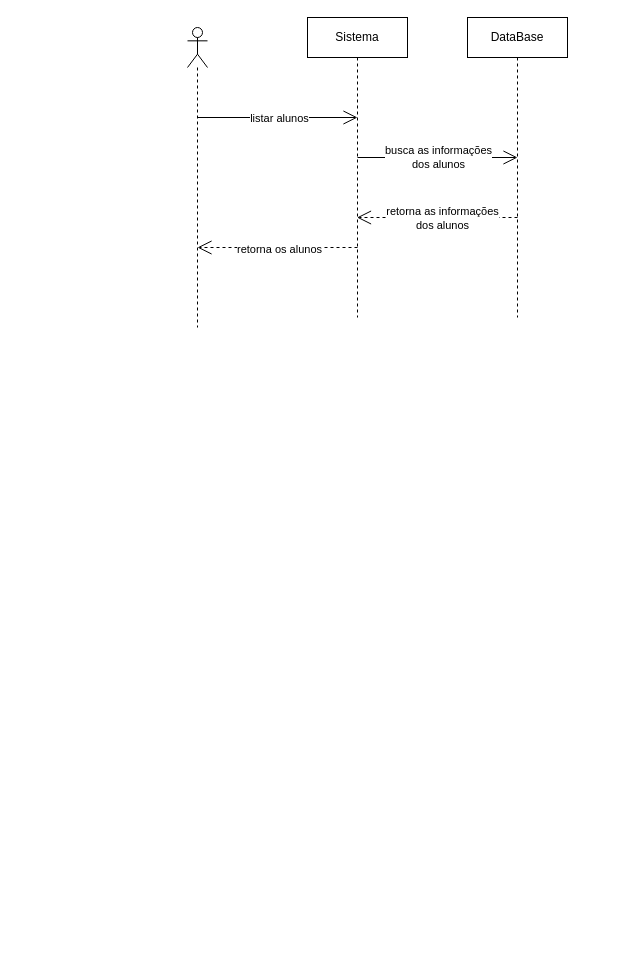
The draw.io diagram page "listar alunos" (6 of 22) of diagramas/sequencias/sequencias.drawio in ismaelnata01-maker/sistema-de-gestao-escolar, before the edit. Source tidied: cells renumbered, new cells numbered last; positions are measured from the earlier drawing's top-left corner, leaving out a move shared by most shapes. Both pictures are drawn from the tidied source at 100%, with x=0, y=0 at pixel (187, 17).
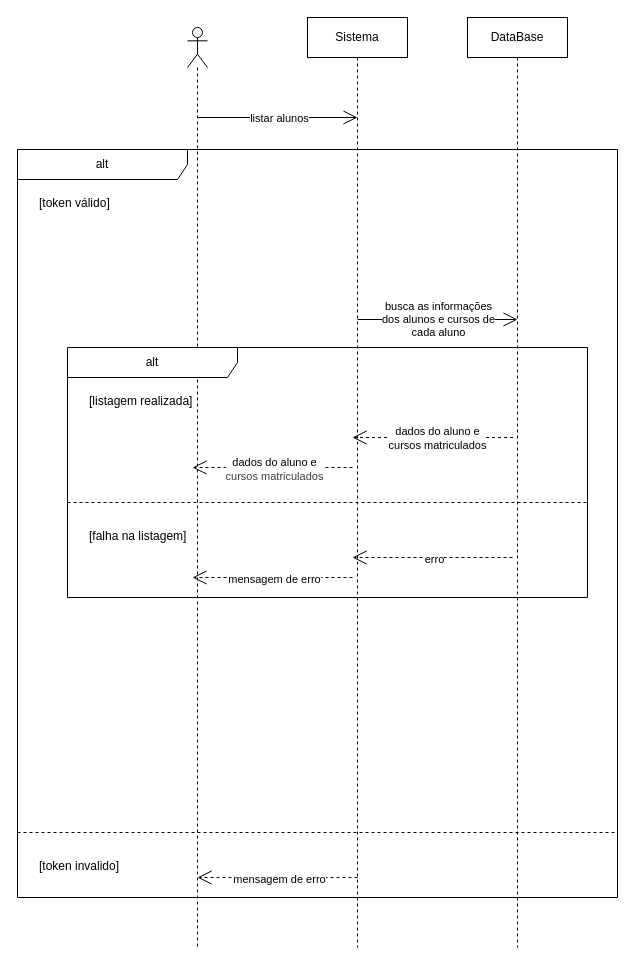
After the change.

What changed in the source:
```diff
@@
-    <mxCell id="2" style="endArrow=open;endFill=1;endSize=12;html=1;dashed=1;" parent="1" edge="1">
-      <mxGeometry relative="1" as="geometry">
-        <mxPoint x="330" y="200" as="sourcePoint" />
-        <mxPoint x="169.5" y="200" as="targetPoint" />
-        <Array as="points">
-          <mxPoint x="310" y="200" />
-        </Array>
-      </mxGeometry>
-    </mxCell>
-    <mxCell id="3" value="retorna as informações&lt;div&gt;dos alunos&lt;br&gt;&lt;/div&gt;" style="edgeLabel;html=1;align=center;verticalAlign=middle;" parent="2" vertex="1">
-      <mxGeometry x="-0.05" relative="1" as="geometry" />
-    </mxCell>
-    <mxCell id="4" style="shape=umlLifeline;perimeter=lifelinePerimeter;whiteSpace=wrap;html=1;newEdgeStyle={&quot;curved&quot;:0,&quot;rounded&quot;:0};participant=umlActor;" parent="1" vertex="1">
-      <mxGeometry y="10" width="20" height="300" as="geometry" />
-    </mxCell>
+    <mxCell id="13" style="shape=umlLifeline;perimeter=lifelinePerimeter;whiteSpace=wrap;html=1;newEdgeStyle={&quot;curved&quot;:0,&quot;rounded&quot;:0};participant=umlActor;" parent="1" vertex="1">
+      <mxGeometry y="10" width="20" height="920" as="geometry" />
+    </mxCell>
     <mxCell id="5" value="Sistema" style="shape=umlLifeline;perimeter=lifelinePerimeter;whiteSpace=wrap;html=1;newEdgeStyle={&quot;curved&quot;:0,&quot;rounded&quot;:0};" parent="1" vertex="1">
-      <mxGeometry x="120" width="100" height="300" as="geometry" />
+      <mxGeometry x="120" width="100" height="930" as="geometry" />
     </mxCell>
     <mxCell id="6" value="DataBase" style="shape=umlLifeline;perimeter=lifelinePerimeter;whiteSpace=wrap;html=1;newEdgeStyle={&quot;curved&quot;:0,&quot;rounded&quot;:0};" parent="1" vertex="1">
-      <mxGeometry x="280" width="100" height="300" as="geometry" />
+      <mxGeometry x="280" width="100" height="930" as="geometry" />
     </mxCell>
-    <mxCell id="7" style="endArrow=open;endFill=1;endSize=12;html=1;" parent="1" edge="1">
-      <mxGeometry relative="1" as="geometry">
-        <mxPoint x="10" y="100" as="sourcePoint" />
-        <mxPoint x="170" y="100" as="targetPoint" />
-      </mxGeometry>
-    </mxCell>
+    <mxCell id="14" style="endArrow=open;endFill=1;endSize=12;html=1;" parent="1" edge="1">
+      <mxGeometry relative="1" as="geometry">
+        <mxPoint x="10" y="100" as="sourcePoint" />
+        <mxPoint x="170" y="100" as="targetPoint" />
+      </mxGeometry>
+    </mxCell>
-    <mxCell id="8" value="listar alunos" style="edgeLabel;html=1;align=center;verticalAlign=middle;" parent="7" vertex="1">
+    <mxCell id="8" value="listar alunos" style="edgeLabel;html=1;align=center;verticalAlign=middle;" parent="14" vertex="1">
       <mxGeometry x="0.01" relative="1" as="geometry" />
     </mxCell>
-    <mxCell id="9" style="endArrow=open;endFill=1;endSize=12;html=1;" parent="1" edge="1">
-      <mxGeometry relative="1" as="geometry">
-        <mxPoint x="170" y="140" as="sourcePoint" />
-        <mxPoint x="330" y="140" as="targetPoint" />
-      </mxGeometry>
-    </mxCell>
-    <mxCell id="10" value="busca as informações&lt;div&gt;dos alunos&lt;/div&gt;" style="edgeLabel;html=1;align=center;verticalAlign=middle;" parent="9" vertex="1">
-      <mxGeometry y="1" relative="1" as="geometry" />
-    </mxCell>
-    <mxCell id="11" style="endArrow=open;endFill=1;endSize=12;html=1;dashed=1;" parent="1" edge="1">
-      <mxGeometry relative="1" as="geometry">
-        <mxPoint x="170" y="230" as="sourcePoint" />
-        <mxPoint x="10" y="230" as="targetPoint" />
-      </mxGeometry>
-    </mxCell>
-    <mxCell id="12" value="retorna os alunos" style="edgeLabel;html=1;align=center;verticalAlign=middle;" parent="11" vertex="1">
-      <mxGeometry x="-0.01" y="1" relative="1" as="geometry" />
-    </mxCell>
+    <mxCell id="15" value="alt" style="shape=umlFrame;whiteSpace=wrap;html=1;width=170;" parent="1" vertex="1">
+      <mxGeometry x="-170" y="132" width="600" height="748" as="geometry" />
+    </mxCell>
+    <mxCell id="16" value="[token válido]" style="text;html=1;" parent="15" vertex="1">
+      <mxGeometry width="100" height="20" relative="1" as="geometry">
+        <mxPoint x="20" y="40" as="offset" />
+      </mxGeometry>
+    </mxCell>
+    <mxCell id="17" value="[token invalido]" style="line;strokeWidth=1;dashed=1;labelPosition=center;verticalLabelPosition=bottom;align=left;verticalAlign=top;spacingLeft=20;spacingTop=15;html=1;whiteSpace=wrap;" parent="15" vertex="1">
+      <mxGeometry y="678" width="600" height="10" as="geometry" />
+    </mxCell>
+    <mxCell id="18" style="endArrow=open;endFill=1;endSize=12;html=1;dashed=1;" parent="15" edge="1">
+      <mxGeometry relative="1" as="geometry">
+        <mxPoint x="340" y="728" as="sourcePoint" />
+        <mxPoint x="180" y="728" as="targetPoint" />
+      </mxGeometry>
+    </mxCell>
+    <mxCell id="19" value="mensagem de erro" style="edgeLabel;html=1;align=center;verticalAlign=middle;" parent="18" vertex="1">
+      <mxGeometry x="-0.01" y="1" relative="1" as="geometry" />
+    </mxCell>
+    <mxCell id="20" value="alt" style="shape=umlFrame;whiteSpace=wrap;html=1;width=170;" parent="15" vertex="1">
+      <mxGeometry x="50" y="198" width="520" height="250" as="geometry" />
+    </mxCell>
+    <mxCell id="21" value="[listagem realizada]" style="text;html=1;" parent="20" vertex="1">
+      <mxGeometry width="100" height="20" relative="1" as="geometry">
+        <mxPoint x="20" y="40" as="offset" />
+      </mxGeometry>
+    </mxCell>
+    <mxCell id="22" value="[falha na listagem]" style="line;strokeWidth=1;dashed=1;labelPosition=center;verticalLabelPosition=bottom;align=left;verticalAlign=top;spacingLeft=20;spacingTop=15;html=1;whiteSpace=wrap;" parent="20" vertex="1">
+      <mxGeometry y="150" width="520" height="10" as="geometry" />
+    </mxCell>
+    <mxCell id="23" style="endArrow=open;endFill=1;endSize=12;html=1;dashed=1;" parent="20" edge="1">
+      <mxGeometry relative="1" as="geometry">
+        <mxPoint x="445" y="210" as="sourcePoint" />
+        <mxPoint x="285" y="210" as="targetPoint" />
+      </mxGeometry>
+    </mxCell>
+    <mxCell id="24" value="erro" style="edgeLabel;html=1;align=center;verticalAlign=middle;" parent="23" vertex="1">
+      <mxGeometry x="-0.01" y="1" relative="1" as="geometry" />
+    </mxCell>
+    <mxCell id="25" style="endArrow=open;endFill=1;endSize=12;html=1;dashed=1;" parent="20" edge="1">
+      <mxGeometry relative="1" as="geometry">
+        <mxPoint x="285" y="230" as="sourcePoint" />
+        <mxPoint x="125" y="230" as="targetPoint" />
+      </mxGeometry>
+    </mxCell>
+    <mxCell id="26" value="mensagem de erro" style="edgeLabel;html=1;align=center;verticalAlign=middle;" parent="25" vertex="1">
+      <mxGeometry x="-0.01" y="1" relative="1" as="geometry" />
+    </mxCell>
+    <mxCell id="27" style="endArrow=open;endFill=1;endSize=12;html=1;dashed=1;" parent="20" edge="1">
+      <mxGeometry relative="1" as="geometry">
+        <mxPoint x="445.5" y="90" as="sourcePoint" />
+        <mxPoint x="285" y="90" as="targetPoint" />
+        <Array as="points">
+          <mxPoint x="425.5" y="90" />
+        </Array>
+      </mxGeometry>
+    </mxCell>
+    <mxCell id="28" value="dados do aluno e&lt;div&gt;cursos matriculados&lt;/div&gt;" style="edgeLabel;html=1;align=center;verticalAlign=middle;" parent="27" vertex="1">
+      <mxGeometry x="-0.05" relative="1" as="geometry" />
+    </mxCell>
+    <mxCell id="29" style="endArrow=open;endFill=1;endSize=12;html=1;dashed=1;" parent="20" edge="1">
+      <mxGeometry relative="1" as="geometry">
+        <mxPoint x="285" y="120" as="sourcePoint" />
+        <mxPoint x="125" y="120" as="targetPoint" />
+      </mxGeometry>
+    </mxCell>
+    <mxCell id="30" value="&lt;span style=&quot;color: rgb(0, 0, 0);&quot;&gt;dados do aluno e&lt;/span&gt;&lt;div style=&quot;color: rgb(63, 63, 63); scrollbar-color: rgb(226, 226, 226) rgb(251, 251, 251);&quot;&gt;cursos matriculados&lt;/div&gt;" style="edgeLabel;html=1;align=center;verticalAlign=middle;" parent="29" vertex="1">
+      <mxGeometry x="-0.01" y="1" relative="1" as="geometry" />
+    </mxCell>
+    <mxCell id="31" style="endArrow=open;endFill=1;endSize=12;html=1;" parent="1" edge="1">
+      <mxGeometry relative="1" as="geometry">
+        <mxPoint x="170" y="302" as="sourcePoint" />
+        <mxPoint x="330" y="302" as="targetPoint" />
+      </mxGeometry>
+    </mxCell>
+    <mxCell id="32" value="busca as informações&lt;div&gt;dos alunos e cursos de&lt;/div&gt;&lt;div&gt;cada aluno&lt;/div&gt;" style="edgeLabel;html=1;align=center;verticalAlign=middle;" parent="31" vertex="1">
+      <mxGeometry y="1" relative="1" as="geometry" />
+    </mxCell>
```
